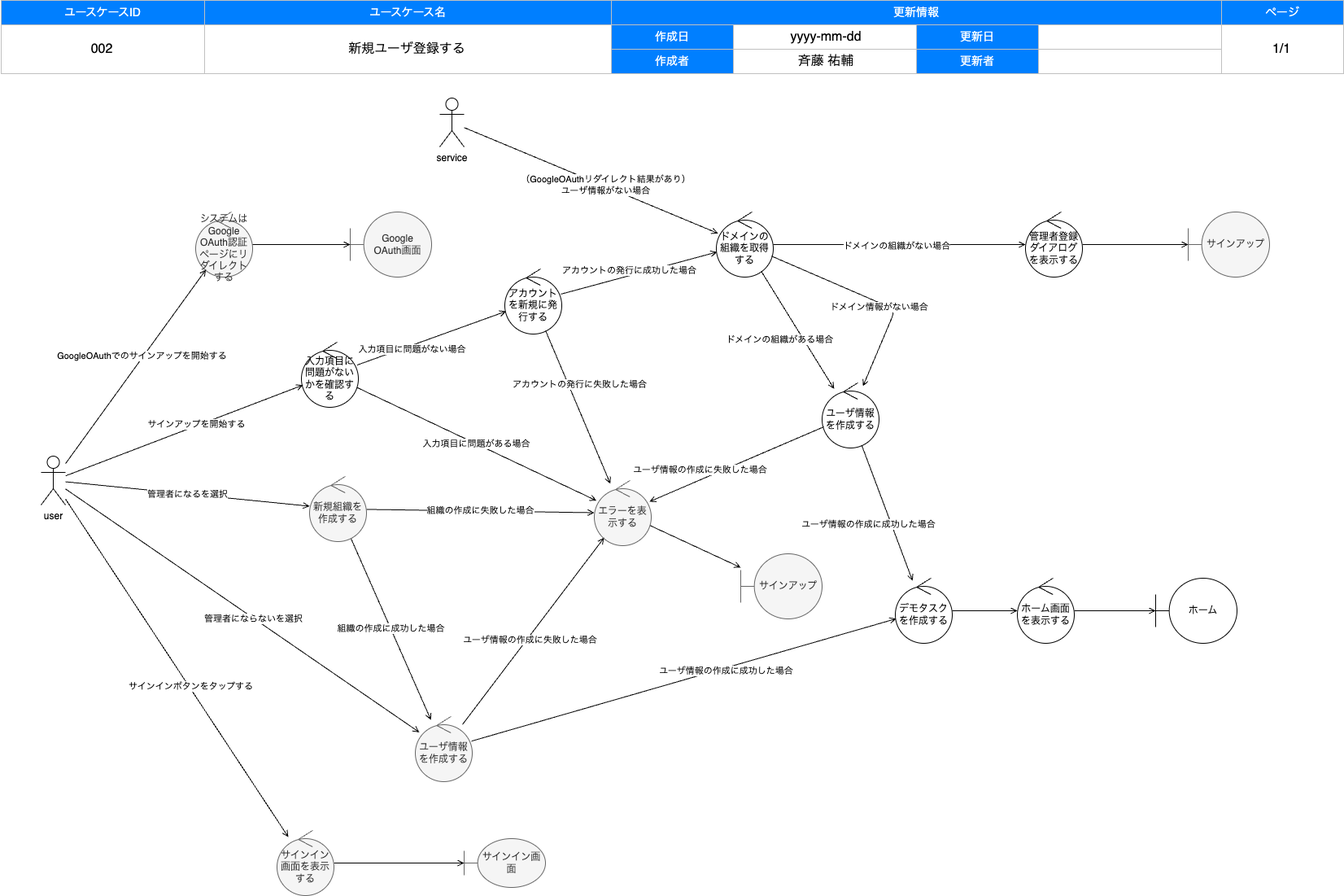
Before: documents/authentication/002_signUp.drawio.png, a diagram exported from draw.io (uskithub/CABoilerplate). Source tidied: cells renumbered, new cells last; positions are measured from the earlier drawing's top-left corner, leaving out a move shared by most shapes.
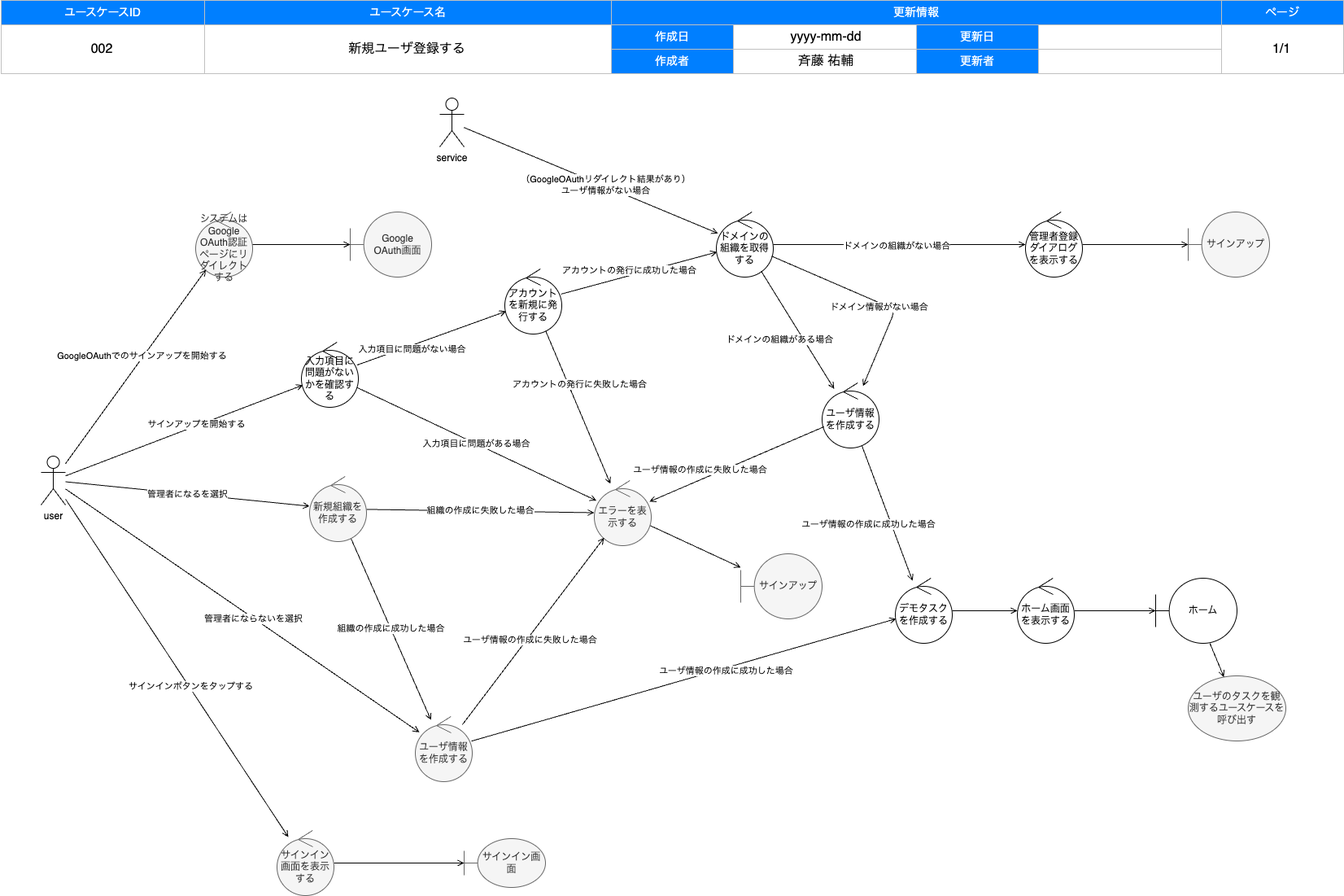
Later version of the same file.

What changed in the source:
```diff
@@ -271,5 +271,11 @@
         <mxPoint x="-10" as="offset" />
       </mxGeometry>
     </mxCell>
+    <mxCell id="85" value="ユーザのタスクを観測するユースケースを呼び出す" style="ellipse;whiteSpace=wrap;html=1;fillColor=#f5f5f5;fontColor=#333333;strokeColor=#666666;" parent="24" vertex="1">
+      <mxGeometry x="1460" y="830" width="120" height="80" as="geometry" />
+    </mxCell>
+    <mxCell id="86" style="edgeStyle=none;html=1;endArrow=open;endFill=0;" parent="24" edge="1" source="40" target="85">
+      <mxGeometry relative="1" as="geometry" />
+    </mxCell>
   </root>
 </mxGraphModel>
```
